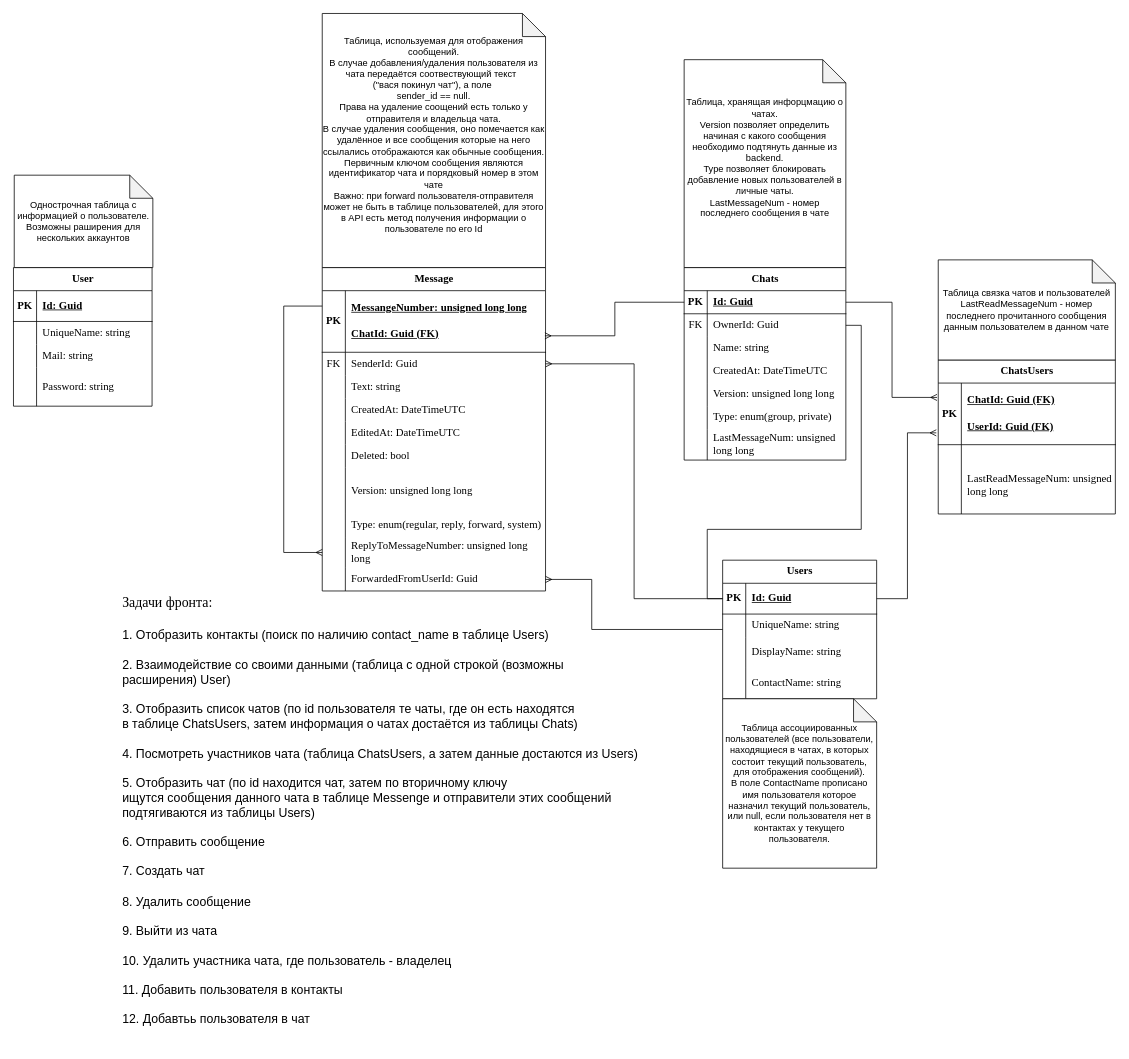
The draw.io diagram docs/front/DB.drawio in iuschnic/simple-messenger, before the edit. Source tidied: cells renumbered, new cells numbered last; positions are measured from the earlier drawing's top-left corner, leaving out a move shared by most shapes. Both pictures are drawn from the tidied source at 77%, with x=0, y=0 at pixel (13, 13).
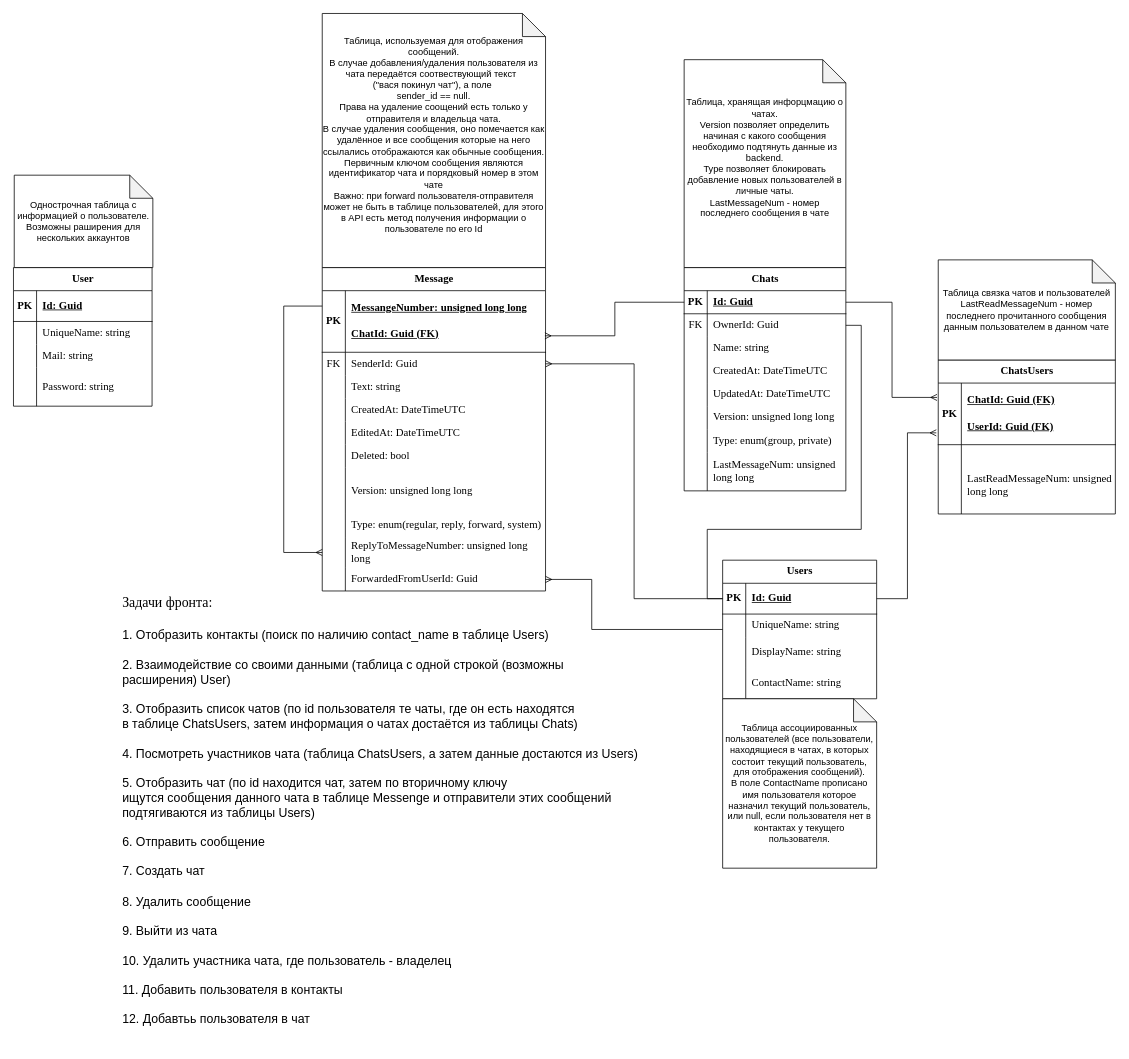
The same diagram, later.

Commit message (it also covers changes not shown here):
Добавила в таблицу чатов дату прихода последнего сообщения

The edit, as a diff of the source:
```diff
@@
     <mxCell id="34" value="Chats" style="shape=table;startSize=30;childLayout=tableLayout;rowLines=0;fontStyle=1;align=center;html=1;fontFamily=Times New Roman;fontSize=14;" parent="1" vertex="1">
-      <mxGeometry x="871" y="330" width="210" height="250" as="geometry" />
+      <mxGeometry x="871" y="330" width="210" height="290" as="geometry" />
     </mxCell>
@@
+    <mxCell id="101" style="shape=tableRow;horizontal=0;startSize=0;swimlaneHead=0;swimlaneBody=0;fillColor=none;top=0;left=0;right=0;bottom=0;fontFamily=Times New Roman;fontSize=14;" parent="34" vertex="1">
+      <mxGeometry y="150" width="210" height="30" as="geometry" />
+    </mxCell>
+    <mxCell id="102" style="shape=partialRectangle;fillColor=none;top=0;left=0;bottom=0;right=0;overflow=hidden;whiteSpace=wrap;html=1;fontFamily=Times New Roman;fontSize=14;" parent="101" vertex="1">
+      <mxGeometry width="30" height="30" as="geometry" />
+    </mxCell>
+    <mxCell id="103" value="UpdatedAt: DateTimeUTC" style="shape=partialRectangle;fillColor=none;top=0;left=0;bottom=0;right=0;align=left;spacingLeft=6;overflow=hidden;whiteSpace=wrap;html=1;fontFamily=Times New Roman;fontSize=14;" parent="101" vertex="1">
+      <mxGeometry x="30" width="180" height="30" as="geometry" />
+    </mxCell>
     <mxCell id="47" style="shape=tableRow;horizontal=0;startSize=0;swimlaneHead=0;swimlaneBody=0;fillColor=none;top=0;left=0;right=0;bottom=0;fontFamily=Times New Roman;fontSize=14;" parent="34" vertex="1">
-      <mxGeometry y="150" width="210" height="30" as="geometry" />
+      <mxGeometry y="180" width="210" height="30" as="geometry" />
     </mxCell>
@@
     <mxCell id="50" style="shape=tableRow;horizontal=0;startSize=0;swimlaneHead=0;swimlaneBody=0;fillColor=none;top=0;left=0;right=0;bottom=0;fontFamily=Times New Roman;fontSize=14;" parent="34" vertex="1">
-      <mxGeometry y="180" width="210" height="30" as="geometry" />
+      <mxGeometry y="210" width="210" height="30" as="geometry" />
     </mxCell>
@@
     <mxCell id="53" style="shape=tableRow;horizontal=0;startSize=0;swimlaneHead=0;swimlaneBody=0;fillColor=none;top=0;left=0;right=0;bottom=0;fontFamily=Times New Roman;fontSize=14;" parent="34" vertex="1">
-      <mxGeometry y="210" width="210" height="40" as="geometry" />
+      <mxGeometry y="240" width="210" height="50" as="geometry" />
     </mxCell>
     <mxCell id="54" style="shape=partialRectangle;fillColor=none;top=0;left=0;bottom=0;right=0;overflow=hidden;whiteSpace=wrap;html=1;fontFamily=Times New Roman;fontSize=14;" parent="53" vertex="1">
-      <mxGeometry width="30" height="40" as="geometry" />
+      <mxGeometry width="30" height="50" as="geometry" />
     </mxCell>
     <mxCell id="55" value="LastMessageNum: unsigned long long" style="shape=partialRectangle;fillColor=none;top=0;left=0;bottom=0;right=0;align=left;spacingLeft=6;overflow=hidden;whiteSpace=wrap;html=1;fontFamily=Times New Roman;fontSize=14;" parent="53" vertex="1">
-      <mxGeometry x="30" width="180" height="40" as="geometry" />
+      <mxGeometry x="30" width="180" height="50" as="geometry" />
     </mxCell>
```
